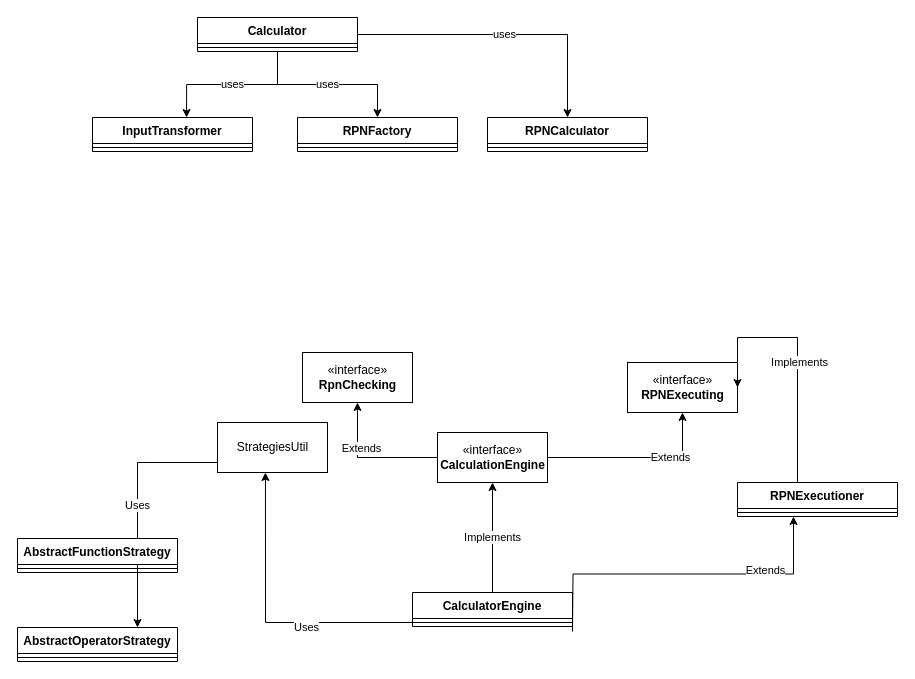
Before: page "To be stage" (2 of 2) of docs/RPNLibrary.drawio in bartgora/RPNLibrary, a draw.io diagram. Source tidied: cells renumbered, new cells numbered last; positions are measured from the earlier drawing's top-left corner, leaving out a move shared by most shapes. Both pictures are drawn from the tidied source at 100%, with x=0, y=0 at pixel (17, 17).
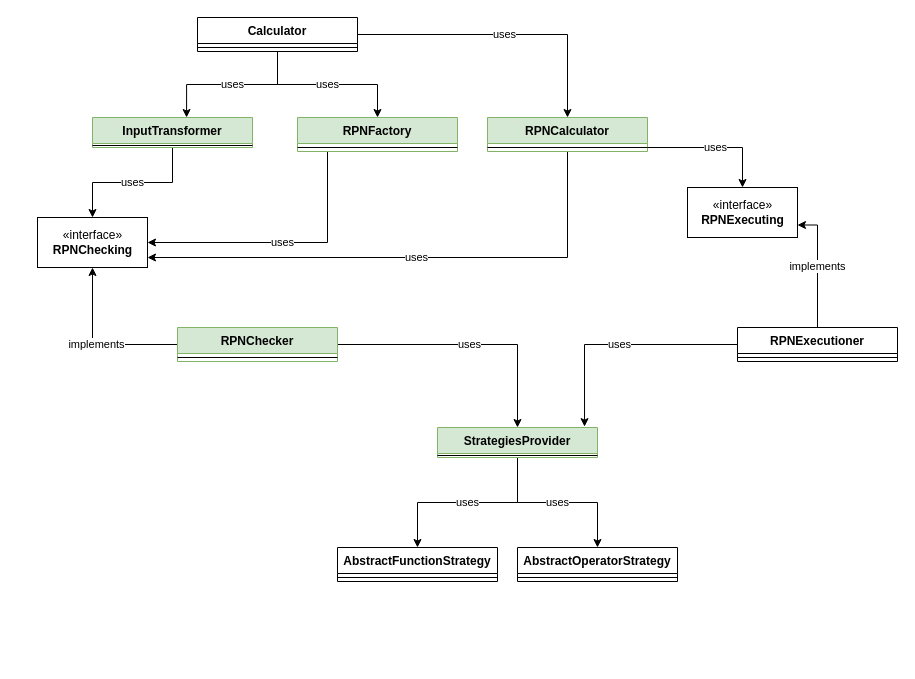
The same page after the edit.

The change refers to these unchanged cells:
```xml
<mxCell id="36" style="line;strokeWidth=1;fillColor=none;align=left;verticalAlign=middle;spacingTop=-1;spacingLeft=3;spacingRight=3;labelPosition=right;points=[];portConstraint=eastwest;" parent="35" vertex="1">
  <mxGeometry y="26" width="160" height="8" as="geometry" />
</mxCell>
```

Diff of the diagram source:
```diff
@@
-    <mxCell id="7" value="«interface»&lt;br&gt;&lt;b&gt;RpnChecking&lt;/b&gt;" style="html=1;" parent="1" vertex="1">
-      <mxGeometry x="285" y="335" width="110" height="50" as="geometry" />
-    </mxCell>
-    <mxCell id="8" value="«interface»&lt;br&gt;&lt;b&gt;RPNExecuting&lt;/b&gt;" style="html=1;" parent="1" vertex="1">
-      <mxGeometry x="610" y="345" width="110" height="50" as="geometry" />
-    </mxCell>
-    <mxCell id="9" value="Uses" style="edgeStyle=orthogonalEdgeStyle;rounded=0;jettySize=auto;html=1;entryX=0.75;entryY=0;entryDx=0;entryDy=0;" parent="1" edge="1" source="10" target="29">
-      <mxGeometry relative="1" as="geometry">
-        <Array as="points">
-          <mxPoint x="130" y="445" />
-          <mxPoint x="120" y="445" />
-        </Array>
-      </mxGeometry>
-    </mxCell>
-    <mxCell id="10" value="StrategiesUtil" style="html=1;" parent="1" vertex="1">
-      <mxGeometry x="200" y="405" width="110" height="50" as="geometry" />
-    </mxCell>
-    <mxCell id="11" value="Implements" style="edgeStyle=orthogonalEdgeStyle;rounded=0;jettySize=auto;html=1;entryX=0.5;entryY=1;entryDx=0;entryDy=0;" parent="1" edge="1" source="12" target="18">
-      <mxGeometry relative="1" as="geometry" />
-    </mxCell>
-    <mxCell id="12" value="CalculatorEngine" style="swimlane;fontStyle=1;align=center;verticalAlign=top;horizontal=1;startSize=26;" parent="1" vertex="1">
-      <mxGeometry x="395" y="575" width="160" height="34" as="geometry" />
-    </mxCell>
-    <mxCell id="13" style="line;strokeWidth=1;fillColor=none;align=left;verticalAlign=middle;spacingTop=-1;spacingLeft=3;spacingRight=3;labelPosition=right;points=[];portConstraint=eastwest;" parent="12" vertex="1">
-      <mxGeometry y="26" width="160" height="8" as="geometry" />
-    </mxCell>
-    <mxCell id="14" style="edgeStyle=orthogonalEdgeStyle;rounded=0;jettySize=auto;html=1;" parent="1" edge="1" source="18" target="7">
-      <mxGeometry relative="1" as="geometry" />
-    </mxCell>
-    <mxCell id="15" value="Extends" style="edgeLabel;html=1;align=center;verticalAlign=middle;" parent="14" vertex="1">
-      <mxGeometry x="0.34" y="-3" relative="1" as="geometry" />
-    </mxCell>
-    <mxCell id="16" style="edgeStyle=orthogonalEdgeStyle;rounded=0;jettySize=auto;html=1;entryX=0.5;entryY=1;entryDx=0;entryDy=0;" parent="1" edge="1" source="18" target="8">
-      <mxGeometry relative="1" as="geometry" />
-    </mxCell>
-    <mxCell id="17" value="Extends" style="edgeLabel;html=1;align=center;verticalAlign=middle;" parent="16" vertex="1">
-      <mxGeometry x="0.36" y="1" relative="1" as="geometry" />
-    </mxCell>
-    <mxCell id="18" value="«interface»&lt;br&gt;&lt;b&gt;CalculationEngine&lt;br&gt;&lt;/b&gt;" style="html=1;" parent="1" vertex="1">
-      <mxGeometry x="420" y="415" width="110" height="50" as="geometry" />
-    </mxCell>
-    <mxCell id="19" style="edgeStyle=orthogonalEdgeStyle;rounded=0;jettySize=auto;html=1;entryX=1;entryY=0.5;entryDx=0;entryDy=0;" parent="1" edge="1" source="21" target="8">
-      <mxGeometry relative="1" as="geometry">
-        <Array as="points">
-          <mxPoint x="780" y="320" />
-        </Array>
-      </mxGeometry>
-    </mxCell>
-    <mxCell id="20" value="Implements&lt;br&gt;" style="edgeLabel;html=1;align=center;verticalAlign=middle;" parent="19" vertex="1">
-      <mxGeometry x="-0.05" y="-1" relative="1" as="geometry" />
-    </mxCell>
-    <mxCell id="21" value="RPNExecutioner" style="swimlane;fontStyle=1;align=center;verticalAlign=top;horizontal=1;startSize=26;" parent="1" vertex="1">
-      <mxGeometry x="720" y="465" width="160" height="34" as="geometry" />
-    </mxCell>
-    <mxCell id="22" style="line;strokeWidth=1;fillColor=none;align=left;verticalAlign=middle;spacingTop=-1;spacingLeft=3;spacingRight=3;labelPosition=right;points=[];portConstraint=eastwest;" parent="21" vertex="1">
-      <mxGeometry y="26" width="160" height="8" as="geometry" />
-    </mxCell>
-    <mxCell id="23" style="edgeStyle=orthogonalEdgeStyle;rounded=0;jettySize=auto;html=1;entryX=0.35;entryY=1;entryDx=0;entryDy=0;entryPerimeter=0;" parent="1" edge="1" target="22">
-      <mxGeometry relative="1" as="geometry">
-        <mxPoint x="555" y="614" as="sourcePoint" />
-      </mxGeometry>
-    </mxCell>
-    <mxCell id="24" value="Extends" style="edgeLabel;html=1;align=center;verticalAlign=middle;" parent="23" vertex="1">
-      <mxGeometry x="0.49" y="4" relative="1" as="geometry" />
-    </mxCell>
-    <mxCell id="25" style="edgeStyle=orthogonalEdgeStyle;rounded=0;jettySize=auto;html=1;entryX=0.436;entryY=1;entryDx=0;entryDy=0;entryPerimeter=0;" parent="1" edge="1" source="13" target="10">
-      <mxGeometry relative="1" as="geometry" />
-    </mxCell>
-    <mxCell id="26" value="Uses" style="edgeLabel;html=1;align=center;verticalAlign=middle;" parent="25" vertex="1">
-      <mxGeometry x="-0.28" y="4" relative="1" as="geometry" />
-    </mxCell>
     <mxCell id="27" value="AbstractFunctionStrategy&#10;" style="swimlane;fontStyle=1;align=center;verticalAlign=top;horizontal=1;startSize=26;" parent="1" vertex="1">
-      <mxGeometry y="521" width="160" height="34" as="geometry" />
+      <mxGeometry x="320" y="530" width="160" height="34" as="geometry" />
     </mxCell>
@@
     <mxCell id="29" value="AbstractOperatorStrategy" style="swimlane;fontStyle=1;align=center;verticalAlign=top;horizontal=1;startSize=26;" parent="1" vertex="1">
-      <mxGeometry y="610" width="160" height="34" as="geometry" />
+      <mxGeometry x="500" y="530" width="160" height="34" as="geometry" />
     </mxCell>
@@
+    <mxCell id="37" value="uses" style="edgeStyle=orthogonalEdgeStyle;rounded=0;jettySize=auto;html=1;entryX=0.5;entryY=0;entryDx=0;entryDy=0;" parent="1" edge="1" source="31" target="45">
+      <mxGeometry relative="1" as="geometry" />
+    </mxCell>
-    <mxCell id="31" value="InputTransformer" style="swimlane;fontStyle=1;align=center;verticalAlign=top;horizontal=1;startSize=26;" parent="1" vertex="1">
-      <mxGeometry x="75" y="100" width="160" height="34" as="geometry" />
+    <mxCell id="31" value="InputTransformer" style="swimlane;fontStyle=1;align=center;verticalAlign=top;horizontal=1;startSize=26;fillColor=#d5e8d4;strokeColor=#82b366;" parent="1" vertex="1">
+      <mxGeometry x="75" y="100" width="160" height="30" as="geometry" />
     </mxCell>
     <mxCell id="32" style="line;strokeWidth=1;fillColor=none;align=left;verticalAlign=middle;spacingTop=-1;spacingLeft=3;spacingRight=3;labelPosition=right;" parent="31" vertex="1">
-      <mxGeometry y="26" width="160" height="8" as="geometry" />
+      <mxGeometry y="26" width="160" height="4" as="geometry" />
     </mxCell>
+    <mxCell id="38" value="uses" style="edgeStyle=orthogonalEdgeStyle;rounded=0;jettySize=auto;html=1;entryX=1;entryY=0.5;entryDx=0;entryDy=0;" parent="1" edge="1" source="33" target="45">
+      <mxGeometry relative="1" as="geometry">
+        <Array as="points">
+          <mxPoint x="310" y="225" />
+        </Array>
+      </mxGeometry>
+    </mxCell>
-    <mxCell id="33" value="RPNFactory" style="swimlane;fontStyle=1;align=center;verticalAlign=top;horizontal=1;startSize=26;" parent="1" vertex="1">
+    <mxCell id="33" value="RPNFactory" style="swimlane;fontStyle=1;align=center;verticalAlign=top;horizontal=1;startSize=26;fillColor=#d5e8d4;strokeColor=#82b366;" parent="1" vertex="1">
       <mxGeometry x="280" y="100" width="160" height="34" as="geometry" />
     </mxCell>
@@
+    <mxCell id="39" style="edgeStyle=orthogonalEdgeStyle;rounded=0;jettySize=auto;html=1;" parent="1" edge="1" source="35" target="45">
+      <mxGeometry relative="1" as="geometry">
+        <Array as="points">
+          <mxPoint x="550" y="240" />
+        </Array>
+      </mxGeometry>
+    </mxCell>
+    <mxCell id="40" value="uses" style="edgeLabel;html=1;align=center;verticalAlign=middle;" parent="39" vertex="1">
+      <mxGeometry x="-0.02" y="-1" relative="1" as="geometry" />
+    </mxCell>
-    <mxCell id="35" value="RPNCalculator" style="swimlane;fontStyle=1;align=center;verticalAlign=top;horizontal=1;startSize=26;" parent="1" vertex="1">
+    <mxCell id="35" value="RPNCalculator" style="swimlane;fontStyle=1;align=center;verticalAlign=top;horizontal=1;startSize=26;fillColor=#d5e8d4;strokeColor=#82b366;" parent="1" vertex="1">
       <mxGeometry x="470" y="100" width="160" height="34" as="geometry" />
     </mxCell>
@@
+    <mxCell id="41" value="implements" style="edgeStyle=orthogonalEdgeStyle;rounded=0;jettySize=auto;html=1;" parent="1" edge="1" source="43" target="45">
+      <mxGeometry relative="1" as="geometry" />
+    </mxCell>
+    <mxCell id="42" value="uses" style="edgeStyle=orthogonalEdgeStyle;rounded=0;jettySize=auto;html=1;" parent="1" edge="1" source="43" target="51">
+      <mxGeometry relative="1" as="geometry" />
+    </mxCell>
+    <mxCell id="43" value="RPNChecker&#10;" style="swimlane;fontStyle=1;align=center;verticalAlign=top;horizontal=1;startSize=26;fillColor=#d5e8d4;strokeColor=#82b366;" parent="1" vertex="1">
+      <mxGeometry x="160" y="310" width="160" height="34" as="geometry" />
+    </mxCell>
+    <mxCell id="44" style="line;strokeWidth=1;fillColor=none;align=left;verticalAlign=middle;spacingTop=-1;spacingLeft=3;spacingRight=3;labelPosition=right;" parent="43" vertex="1">
+      <mxGeometry y="26" width="160" height="8" as="geometry" />
+    </mxCell>
+    <mxCell id="45" value="«interface»&lt;br&gt;&lt;b&gt;RPNChecking&lt;/b&gt;" style="html=1;" parent="1" vertex="1">
+      <mxGeometry x="20" y="200" width="110" height="50" as="geometry" />
+    </mxCell>
+    <mxCell id="8" value="«interface»&lt;br&gt;&lt;b&gt;RPNExecuting&lt;/b&gt;" style="html=1;" parent="1" vertex="1">
+      <mxGeometry x="670" y="170" width="110" height="50" as="geometry" />
+    </mxCell>
+    <mxCell id="19" value="implements" style="edgeStyle=orthogonalEdgeStyle;rounded=0;jettySize=auto;html=1;entryX=1;entryY=0.75;entryDx=0;entryDy=0;" parent="1" edge="1" source="21" target="8">
+      <mxGeometry relative="1" as="geometry" />
+    </mxCell>
+    <mxCell id="46" value="uses" style="edgeStyle=orthogonalEdgeStyle;rounded=0;jettySize=auto;html=1;entryX=0.919;entryY=-0.029;entryDx=0;entryDy=0;entryPerimeter=0;" parent="1" edge="1" source="21" target="51">
+      <mxGeometry relative="1" as="geometry" />
+    </mxCell>
+    <mxCell id="21" value="RPNExecutioner" style="swimlane;fontStyle=1;align=center;verticalAlign=top;horizontal=1;startSize=26;" parent="1" vertex="1">
+      <mxGeometry x="720" y="310" width="160" height="34" as="geometry" />
+    </mxCell>
+    <mxCell id="47" style="line;strokeWidth=1;fillColor=none;align=left;verticalAlign=middle;spacingTop=-1;spacingLeft=3;spacingRight=3;labelPosition=right;" parent="21" vertex="1">
+      <mxGeometry y="26" width="160" height="8" as="geometry" />
+    </mxCell>
+    <mxCell id="48" value="uses" style="edgeStyle=orthogonalEdgeStyle;rounded=0;jettySize=auto;html=1;" parent="1" edge="1" source="36" target="8">
+      <mxGeometry relative="1" as="geometry" />
+    </mxCell>
+    <mxCell id="49" value="uses" style="edgeStyle=orthogonalEdgeStyle;rounded=0;jettySize=auto;html=1;" parent="1" edge="1" source="51" target="27">
+      <mxGeometry relative="1" as="geometry" />
+    </mxCell>
+    <mxCell id="50" value="uses" style="edgeStyle=orthogonalEdgeStyle;rounded=0;jettySize=auto;html=1;" parent="1" edge="1" source="51" target="29">
+      <mxGeometry relative="1" as="geometry" />
+    </mxCell>
+    <mxCell id="51" value="StrategiesProvider" style="swimlane;fontStyle=1;align=center;verticalAlign=top;horizontal=1;startSize=26;fillColor=#d5e8d4;strokeColor=#82b366;" parent="1" vertex="1">
+      <mxGeometry x="420" y="410" width="160" height="30" as="geometry" />
+    </mxCell>
+    <mxCell id="52" style="line;strokeWidth=1;fillColor=none;align=left;verticalAlign=middle;spacingTop=-1;spacingLeft=3;spacingRight=3;labelPosition=right;" parent="51" vertex="1">
+      <mxGeometry y="26" width="160" height="4" as="geometry" />
+    </mxCell>
```
